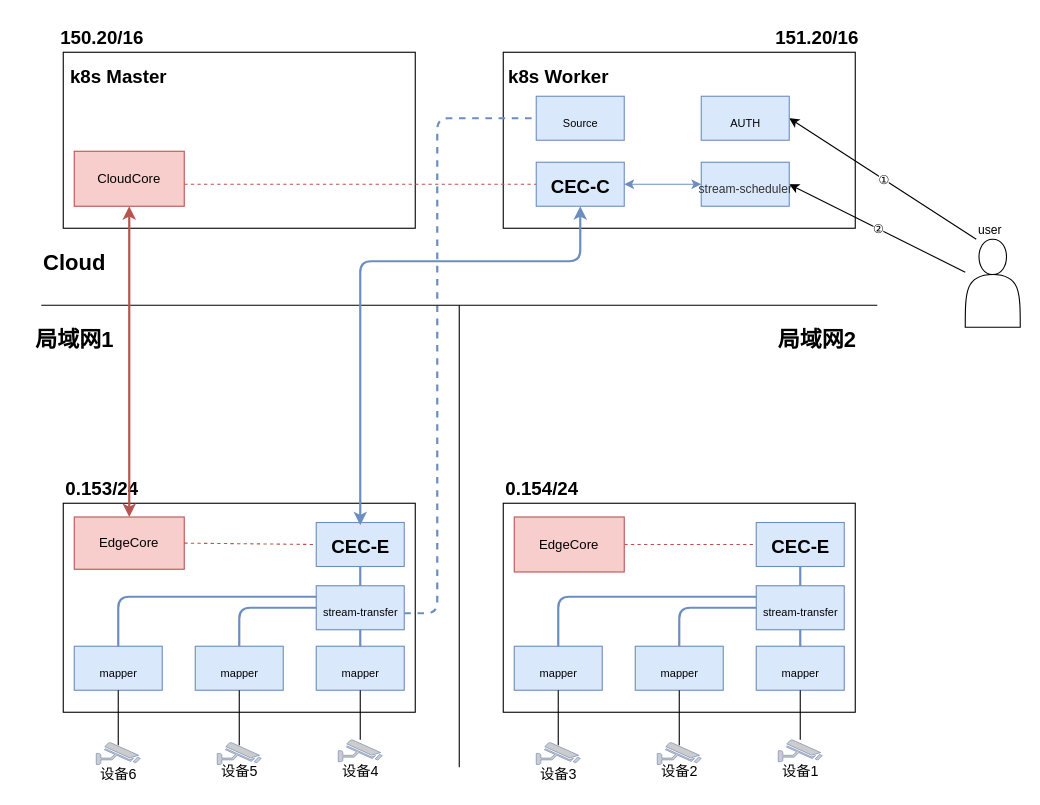
Before: Untitled Diagram.drawio in luckymark/c2019, a draw.io diagram. Source tidied: cells renumbered, new cells numbered last; positions are measured from the earlier drawing's top-left corner, leaving out a move shared by most shapes. Both pictures are drawn from the tidied source at 110%, with x=0, y=0 at pixel (19, 19).
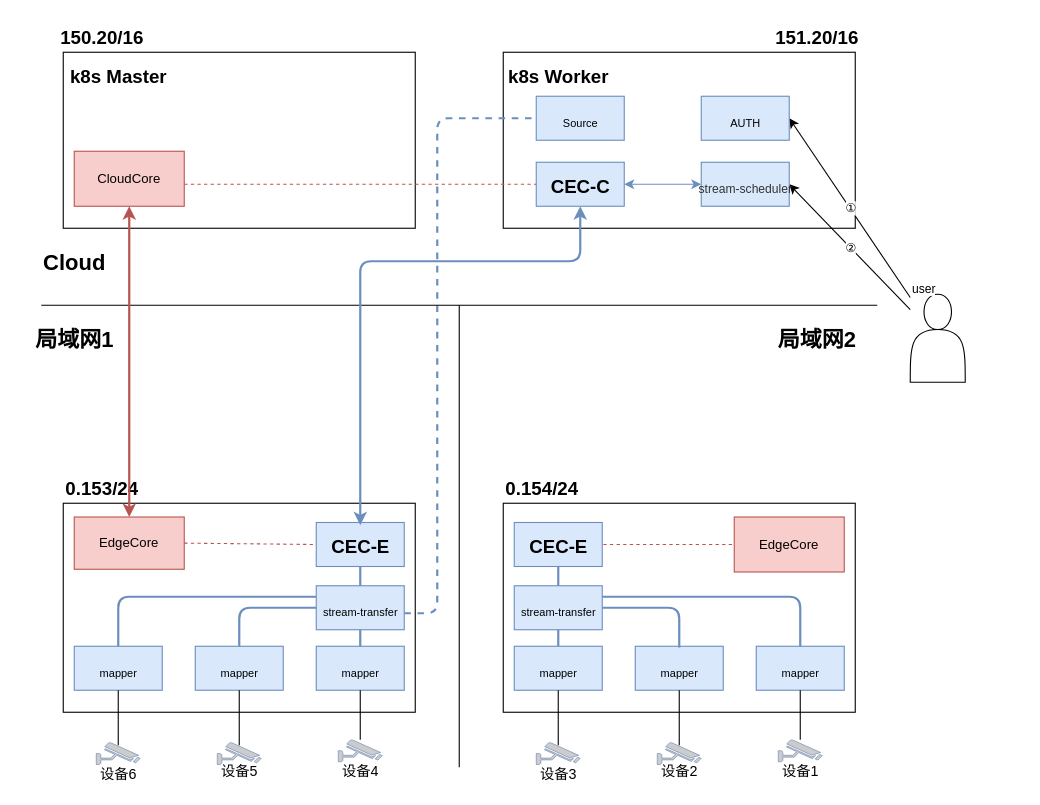
After the change.

The change refers to these unchanged cells:
```xml
<mxCell id="47" style="group;rotation=180;" parent="1" vertex="1">
  <mxGeometry x="440" y="410" width="320" height="287.5" as="geometry" />
</mxCell>
<mxCell id="58" value="&lt;font style=&quot;font-size: 10px ; font-weight: normal&quot;&gt;mapper&lt;/font&gt;" style="text;strokeColor=#6c8ebf;fillColor=#dae8fc;html=1;fontSize=24;fontStyle=1;verticalAlign=middle;align=center;strokeWidth=1;" parent="47" vertex="1">
  <mxGeometry x="120" y="160" width="80" height="40" as="geometry" />
</mxCell>
<mxCell id="59" value="&lt;font style=&quot;font-size: 10px ; font-weight: normal&quot;&gt;mapper&lt;/font&gt;" style="text;strokeColor=#6c8ebf;fillColor=#dae8fc;html=1;fontSize=24;fontStyle=1;verticalAlign=middle;align=center;strokeWidth=1;" parent="47" vertex="1">
  <mxGeometry x="230" y="160" width="80" height="40" as="geometry" />
</mxCell>
<mxCell id="60" value="&lt;font style=&quot;font-size: 10px ; font-weight: normal&quot;&gt;mapper&lt;/font&gt;" style="text;strokeColor=#6c8ebf;fillColor=#dae8fc;html=1;fontSize=24;fontStyle=1;verticalAlign=middle;align=center;strokeWidth=1;" parent="47" vertex="1">
  <mxGeometry x="10" y="160" width="80" height="40" as="geometry" />
</mxCell>
<mxCell id="72" value="&lt;span style=&quot;font-size: 10px ; font-weight: 400&quot;&gt;AUTH&lt;br&gt;&lt;/span&gt;" style="text;strokeColor=#6c8ebf;fillColor=#dae8fc;html=1;fontSize=24;fontStyle=1;verticalAlign=middle;align=center;strokeWidth=1;" parent="1" vertex="1">
  <mxGeometry x="620" y="70" width="80" height="40" as="geometry" />
</mxCell>
<mxCell id="73" value="&lt;span style=&quot;color: rgb(51 , 51 , 51) ; font-weight: 400&quot;&gt;&lt;font style=&quot;font-size: 11px&quot;&gt;stream-scheduler&lt;/font&gt;&lt;/span&gt;&lt;span style=&quot;font-size: 10px ; font-weight: 400&quot;&gt;&lt;br&gt;&lt;/span&gt;" style="text;strokeColor=#6c8ebf;fillColor=#dae8fc;html=1;fontSize=24;fontStyle=1;verticalAlign=middle;align=center;strokeWidth=1;" parent="1" vertex="1">
  <mxGeometry x="620" y="130" width="80" height="40" as="geometry" />
</mxCell>
```

Diff of the diagram source:
```diff
@@
     <mxCell id="14" style="shape=actor;whiteSpace=wrap;html=1;" parent="1" vertex="1">
-      <mxGeometry x="860" y="200" width="50" height="80" as="geometry" />
+      <mxGeometry x="810" y="250" width="50" height="80" as="geometry" />
     </mxCell>
@@
-    <mxCell id="19" style="endArrow=classic;html=1;strokeWidth=1;entryX=1;entryY=0.5;entryDx=0;entryDy=0;" parent="1" edge="1" target="72">
-      <mxGeometry relative="1" as="geometry">
-        <mxPoint x="870" y="200" as="sourcePoint" />
-      </mxGeometry>
+    <mxCell id="19" style="endArrow=classic;html=1;strokeWidth=1;entryX=1;entryY=0.5;entryDx=0;entryDy=0;" parent="1" edge="1" source="14" target="72">
+      <mxGeometry relative="1" as="geometry" />
     </mxCell>
@@
-    <mxCell id="22" style="endArrow=classic;html=1;strokeWidth=1;entryX=1;entryY=0.5;entryDx=0;entryDy=0;" parent="1" edge="1" target="73">
-      <mxGeometry relative="1" as="geometry">
-        <mxPoint x="860" y="230" as="sourcePoint" />
-      </mxGeometry>
+    <mxCell id="22" style="endArrow=classic;html=1;strokeWidth=1;entryX=1;entryY=0.5;entryDx=0;entryDy=0;" parent="1" edge="1" source="14" target="73">
+      <mxGeometry relative="1" as="geometry" />
     </mxCell>
@@
     <mxCell id="49" value="&lt;font style=&quot;font-size: 17px&quot;&gt;CEC-E&lt;/font&gt;" style="text;strokeColor=#6c8ebf;fillColor=#dae8fc;html=1;fontSize=24;fontStyle=1;verticalAlign=middle;align=center;strokeWidth=1;" parent="47" vertex="1">
-      <mxGeometry x="230" y="47.5" width="80" height="40" as="geometry" />
+      <mxGeometry x="10" y="47.5" width="80" height="40" as="geometry" />
     </mxCell>
@@
-    <mxCell id="55" style="endArrow=none;dashed=1;html=1;strokeWidth=1;entryX=0;entryY=0.5;entryDx=0;entryDy=0;fillColor=#f8cecc;strokeColor=#b85450;exitX=1;exitY=0.5;exitDx=0;exitDy=0;" parent="47" edge="1" source="56" target="49">
+    <mxCell id="55" style="endArrow=none;dashed=1;html=1;strokeWidth=1;entryX=1;entryY=0.5;entryDx=0;entryDy=0;fillColor=#f8cecc;strokeColor=#b85450;exitX=1;exitY=0.5;exitDx=0;exitDy=0;" parent="47" edge="1" source="56" target="49">
       <mxGeometry relative="1" as="geometry" />
     </mxCell>
     <mxCell id="56" value="EdgeCore" style="rounded=0;whiteSpace=wrap;html=1;strokeWidth=1;fillColor=#f8cecc;strokeColor=#b85450;" parent="47" vertex="1">
-      <mxGeometry x="10" y="42.5" width="100" height="50" as="geometry" />
+      <mxGeometry x="210" y="42.5" width="100" height="50" as="geometry" />
     </mxCell>
     <mxCell id="57" value="&lt;font style=&quot;font-size: 10px ; font-weight: normal&quot;&gt;stream-transfer&lt;/font&gt;" style="text;strokeColor=#6c8ebf;fillColor=#dae8fc;html=1;fontSize=24;fontStyle=1;verticalAlign=middle;align=center;strokeWidth=1;" parent="47" vertex="1">
-      <mxGeometry x="230" y="105" width="80" height="40" as="geometry" />
+      <mxGeometry x="10" y="105" width="80" height="40" as="geometry" />
     </mxCell>
@@
-    <mxCell id="63" style="endArrow=none;html=1;strokeWidth=2;entryX=0.5;entryY=1;entryDx=0;entryDy=0;exitX=0.5;exitY=0;exitDx=0;exitDy=0;fillColor=#dae8fc;strokeColor=#6c8ebf;" parent="47" edge="1" source="57" target="49">
-      <mxGeometry relative="1" as="geometry" />
-    </mxCell>
-    <mxCell id="64" style="endArrow=none;html=1;strokeWidth=2;entryX=0.5;entryY=1;entryDx=0;entryDy=0;exitX=0.5;exitY=0;exitDx=0;exitDy=0;fillColor=#dae8fc;strokeColor=#6c8ebf;" parent="47" edge="1" source="59" target="57">
-      <mxGeometry relative="1" as="geometry" />
-    </mxCell>
-    <mxCell id="65" style="endArrow=none;html=1;strokeWidth=2;entryX=0;entryY=0.5;entryDx=0;entryDy=0;fillColor=#dae8fc;strokeColor=#6c8ebf;exitX=0.5;exitY=0;exitDx=0;exitDy=0;" parent="47" edge="1" source="58" target="57">
-      <mxGeometry relative="1" as="geometry">
-        <Array as="points">
-          <mxPoint x="160" y="125" />
-        </Array>
-      </mxGeometry>
-    </mxCell>
-    <mxCell id="66" style="endArrow=none;html=1;strokeWidth=2;entryX=0;entryY=0.25;entryDx=0;entryDy=0;fillColor=#dae8fc;strokeColor=#6c8ebf;exitX=0.5;exitY=0;exitDx=0;exitDy=0;" parent="47" edge="1" source="60" target="57">
-      <mxGeometry relative="1" as="geometry">
-        <Array as="points">
-          <mxPoint x="50" y="115" />
-        </Array>
-      </mxGeometry>
-    </mxCell>
@@
+    <mxCell id="63" style="endArrow=none;html=1;strokeWidth=2;entryX=0.5;entryY=1;entryDx=0;entryDy=0;exitX=0.5;exitY=0;exitDx=0;exitDy=0;fillColor=#dae8fc;strokeColor=#6c8ebf;" parent="47" edge="1" source="57" target="49">
+      <mxGeometry relative="1" as="geometry" />
+    </mxCell>
+    <mxCell id="66" style="endArrow=none;html=1;strokeWidth=2;entryX=0.5;entryY=1;entryDx=0;entryDy=0;fillColor=#dae8fc;strokeColor=#6c8ebf;" parent="47" edge="1" source="60" target="57">
+      <mxGeometry relative="1" as="geometry" />
+    </mxCell>
@@
+    <mxCell id="74" style="endArrow=none;html=1;strokeWidth=2;entryX=1;entryY=0.25;entryDx=0;entryDy=0;fillColor=#dae8fc;strokeColor=#6c8ebf;exitX=0.5;exitY=0;exitDx=0;exitDy=0;" parent="1" edge="1" target="57">
+      <mxGeometry relative="1" as="geometry">
+        <mxPoint x="710" y="570" as="sourcePoint" />
+        <Array as="points">
+          <mxPoint x="710" y="525" />
+        </Array>
+      </mxGeometry>
+    </mxCell>
+    <mxCell id="75" style="endArrow=none;html=1;strokeWidth=2;fillColor=#dae8fc;strokeColor=#6c8ebf;exitX=0.5;exitY=0;exitDx=0;exitDy=0;entryX=1;entryY=0.5;entryDx=0;entryDy=0;" parent="1" edge="1" target="57">
+      <mxGeometry relative="1" as="geometry">
+        <mxPoint x="600" y="571.2" as="sourcePoint" />
+        <Array as="points">
+          <mxPoint x="600" y="535" />
+        </Array>
+      </mxGeometry>
+    </mxCell>
```
